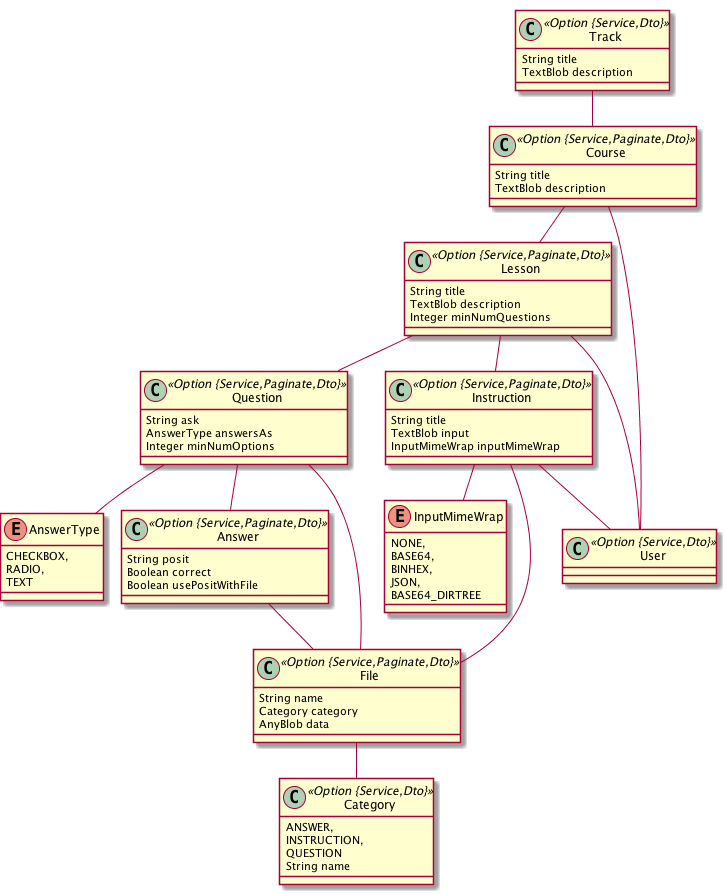
The PlantUML diagram init_entities.png in archimedon/jhipsterfun, before a commit.
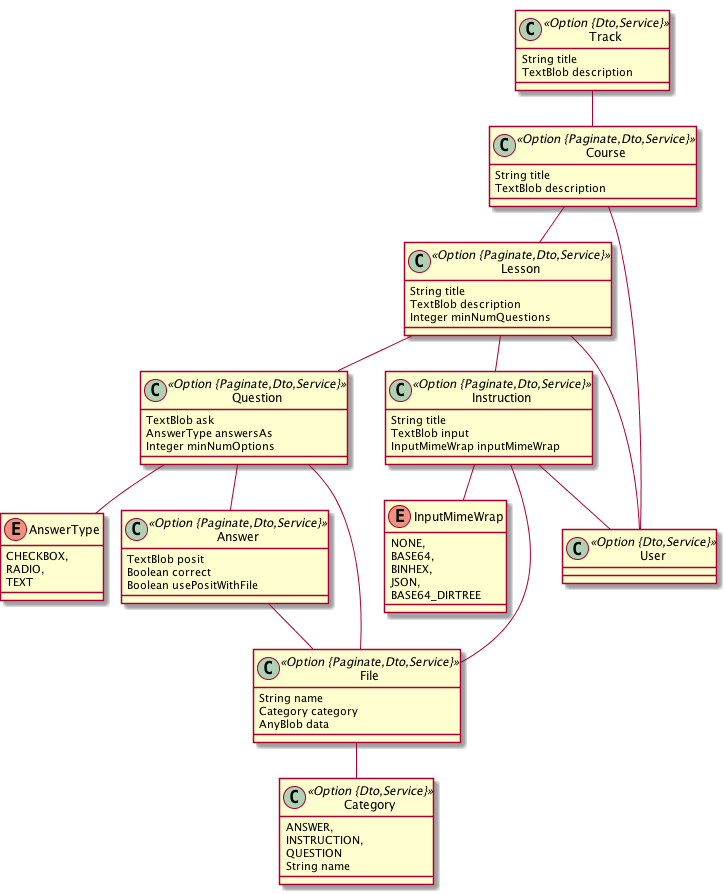
Above is the later version.

The edit, as a diff of the source:
```diff
@@ -18,40 +18,40 @@
 		RADIO,
 		TEXT
 	}
-	class Question <<Option {Service,Paginate,Dto}>> {
-		String ask
+	class Question <<Option {Paginate,Dto,Service}>> {
+		TextBlob ask
 		AnswerType answersAs
 		Integer minNumOptions
 	}
 	Question ..> AnswerType
-	class Answer <<Option {Service,Paginate,Dto}>> {
-		String posit
+	class Answer <<Option {Paginate,Dto,Service}>> {
+		TextBlob posit
 		Boolean correct
 		Boolean usePositWithFile
 	}
-	class Track <<Option {Service,Dto}>> {
+	class Track <<Option {Dto,Service}>> {
 		String title
 		TextBlob description
 	}
-	class Lesson <<Option {Service,Paginate,Dto}>> {
+	class Lesson <<Option {Paginate,Dto,Service}>> {
 		String title
 		TextBlob description
 		Integer minNumQuestions
 	}
-	class Course <<Option {Service,Paginate,Dto}>> {
+	class Course <<Option {Paginate,Dto,Service}>> {
 		String title
 		TextBlob description
 	}
-	class Category <<Option {Service,Dto}>> {
+	class Category <<Option {Dto,Service}>> {
 		String name
 	}
-	class Instruction <<Option {Service,Paginate,Dto}>> {
+	class Instruction <<Option {Paginate,Dto,Service}>> {
 		String title
 		TextBlob input
 		InputMimeWrap inputMimeWrap
 	}
 	Instruction ..> InputMimeWrap
-	class File <<Option {Service,Paginate,Dto}>> {
+	class File <<Option {Paginate,Dto,Service}>> {
 		String name
 		Category category
 		AnyBlob data
@@ -68,6 +68,6 @@
 	Answer  "file(name) 0..* " o--o "answer(posit) 0..* "  File
 	Question  "file(name) 0..* " o--o "question(ask) 0..* "  File
 	Question  "answer(posit) 0..1 " --o "question(ask)  1..* "  Answer
-	class User <<Option {Service,Dto}>> {
+	class User <<Option {Dto,Service}>> {
 	}
 @enduml
```
